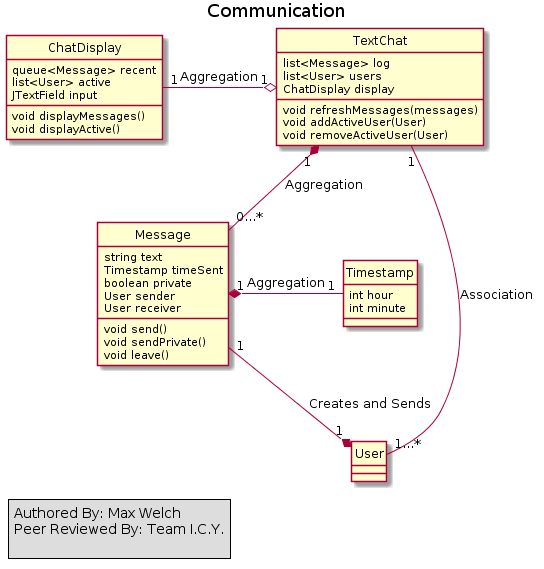
This is doc/SSRS/images/ClassDiagrams/Communication.png from cs383-4/sQuire, a PlantUML export, as it was before one commit. The source it was exported from:
```plantuml
@startuml
hide circles
Title Communication

legend left
Authored By: Max Welch
Peer Reviewed By: Team I.C.Y.

end legend

class TextChat {
list<Message> log
list<User> users
ChatDisplay display
void refreshMessages(messages)
void addActiveUser(User)
void removeActiveUser(User)
}

class ChatDisplay {
queue<Message> recent
list<User> active
JTextField input
void displayMessages()
void displayActive()
}
TextChat "1" o-left- "1" ChatDisplay :Aggregation

class User {
}

TextChat "1" -- "1...*" User : Association

class Message {
string text
Timestamp timeSent
boolean private
User sender
User receiver
void send()
void sendPrivate()
void leave()
}

Message "1" -up-* "1" User: Creates and Sends
Message "0...*" -down-* "1" TextChat: Aggregation

class Timestamp{
int hour
int minute
}

Timestamp "1" -left-* "1" Message: Aggregation
@enduml
```
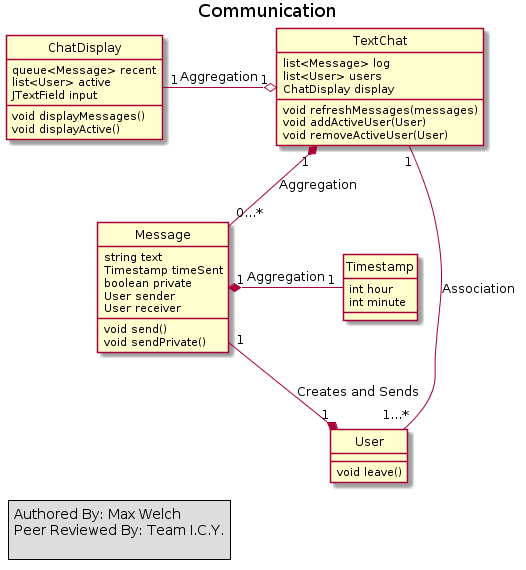
The same file after the commit.

Diff of the diagram source:
```diff
@@ -27,6 +27,7 @@
 TextChat "1" o-left- "1" ChatDisplay :Aggregation
 
 class User {
+void leave()
 }
 
 TextChat "1" -- "1...*" User : Association
@@ -39,7 +40,6 @@
 User receiver
 void send()
 void sendPrivate()
-void leave()
 }
 
 Message "1" -up-* "1" User: Creates and Sends
```
